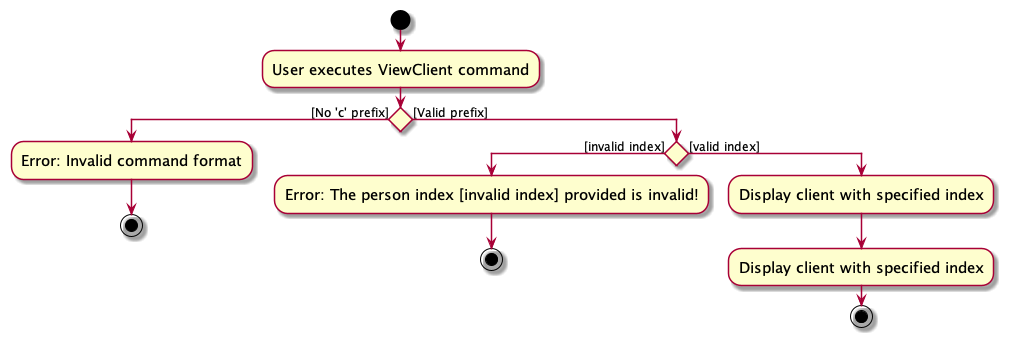
sethteo/tp keeps this PlantUML diagram as docs/images/ViewClientActivityDiagram.png. Above is the earlier version. Its diagram source:
```plantuml
@startuml
skin rose
skinparam ActivityFontSize 15
skinparam ArrowFontSize 12
start
:User executes ViewClient command;

if () then ([No 'c' prefix])
    -Error: Invalid command format
    stop
else ([Valid prefix])
    if () then ([invalid index])
    -Error: The person index [invalid index] provided is invalid!
    stop
    else([valid index])
        :Display client with specified index;
        :Display client with specified index;
        stop

endif
@enduml
```
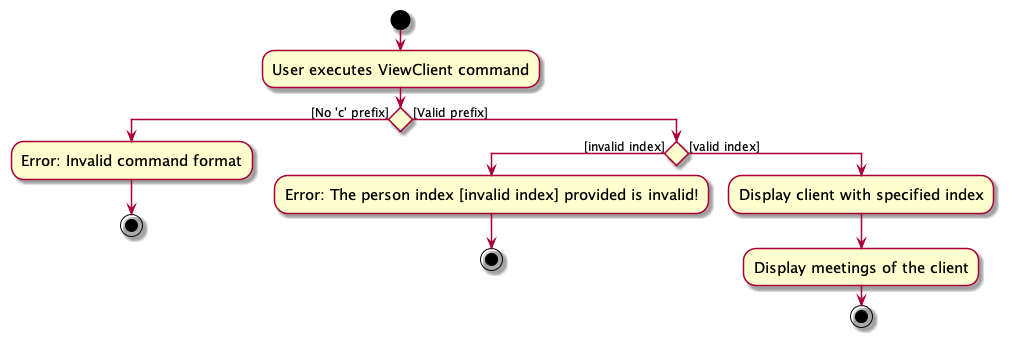
The same file after the commit.

Commit message:
Update activity diagram

The edit, as a diff of the source:
```diff
@@ -14,7 +14,7 @@
     stop
     else([valid index])
         :Display client with specified index;
-        :Display client with specified index;
+        :Display meetings of the client;
         stop
 
 endif
```
